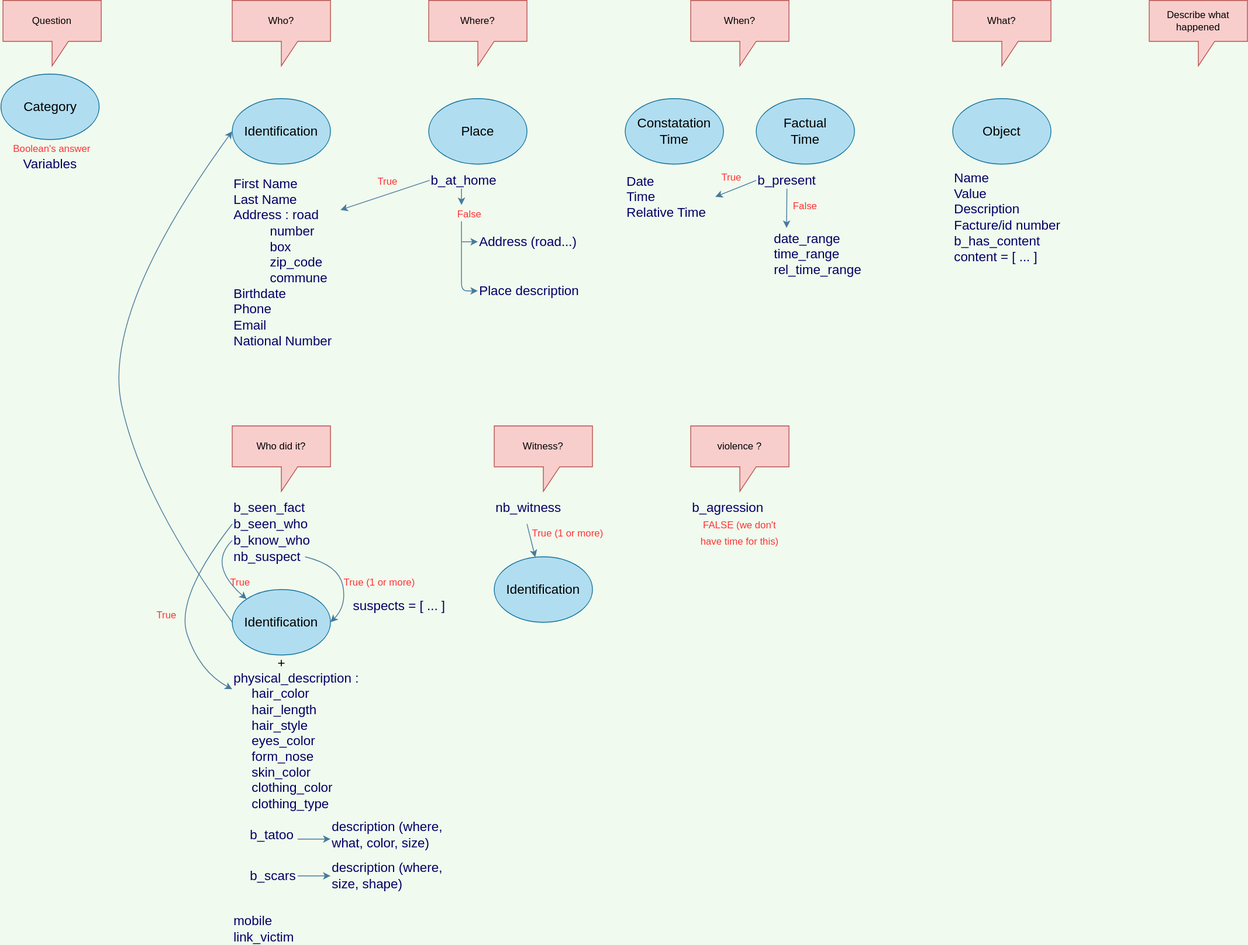
Earlier version of the draw.io export concepts/Variables_needed.svg (Joffreybvn/police-training-chatbot). Source tidied: cells renumbered, new cells last; positions are measured from the earlier drawing's top-left corner, leaving out a move shared by most shapes.
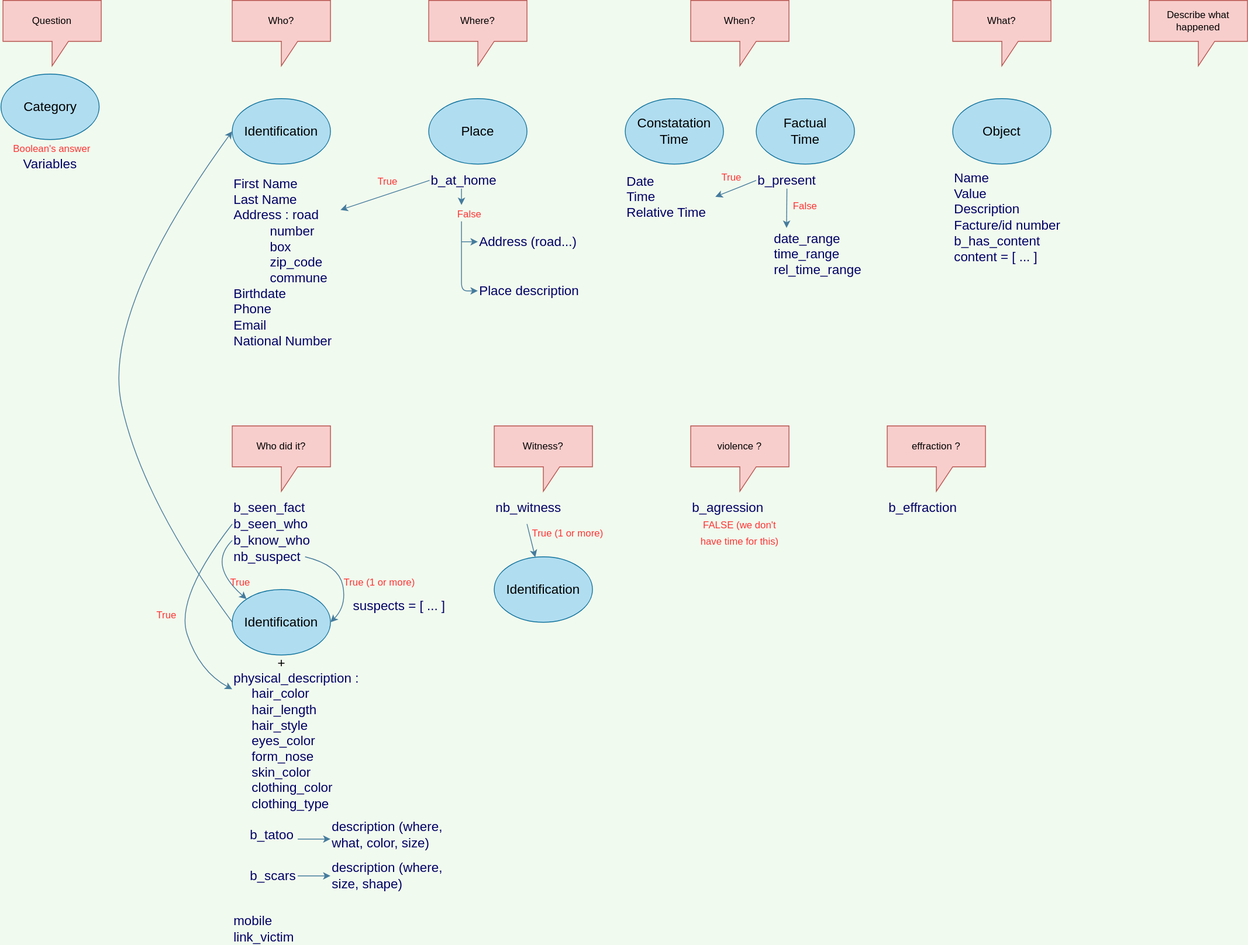
Later version of the same file.

Diff of the diagram source:
```diff
@@ -227,5 +227,11 @@
     <mxCell id="65" value="suspects = [ ... ]" style="text;html=1;align=left;verticalAlign=middle;whiteSpace=wrap;rounded=0;sketch=0;strokeWidth=1;fontColor=#000066;fontSize=16;" parent="1" vertex="1">
       <mxGeometry x="427.5" y="730" width="124.5" height="20" as="geometry" />
     </mxCell>
+    <mxCell id="66" value="effraction ?" style="shape=callout;whiteSpace=wrap;html=1;perimeter=calloutPerimeter;rounded=0;sketch=0;strokeColor=#b85450;fillColor=#f8cecc;" parent="1" vertex="1">
+      <mxGeometry x="1082" y="520" width="120" height="80" as="geometry" />
+    </mxCell>
+    <mxCell id="67" value="b_effraction" style="text;html=1;align=left;verticalAlign=middle;whiteSpace=wrap;rounded=0;sketch=0;strokeWidth=1;fontColor=#000066;fontSize=16;" parent="1" vertex="1">
+      <mxGeometry x="1082" y="610" width="89" height="20" as="geometry" />
+    </mxCell>
   </root>
 </mxGraphModel>
```
